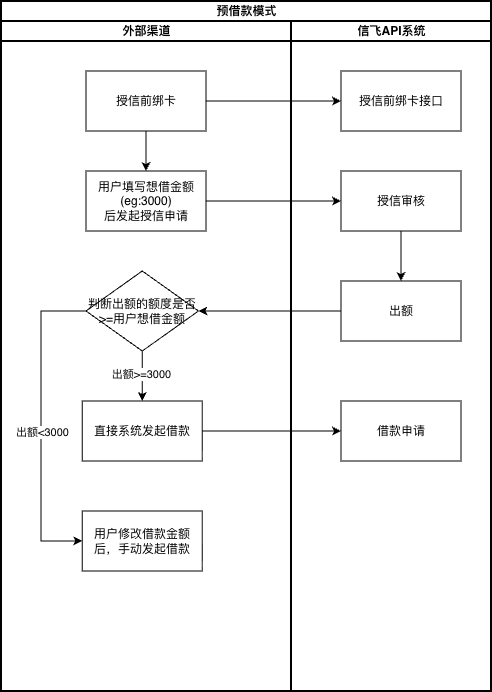
yuanlj-tea/picgo keeps this draw.io diagram as 预借款模式.png. Above is the earlier version. Source tidied: cells renumbered, new cells last; positions are measured from the earlier drawing's top-left corner, leaving out a move shared by most shapes.
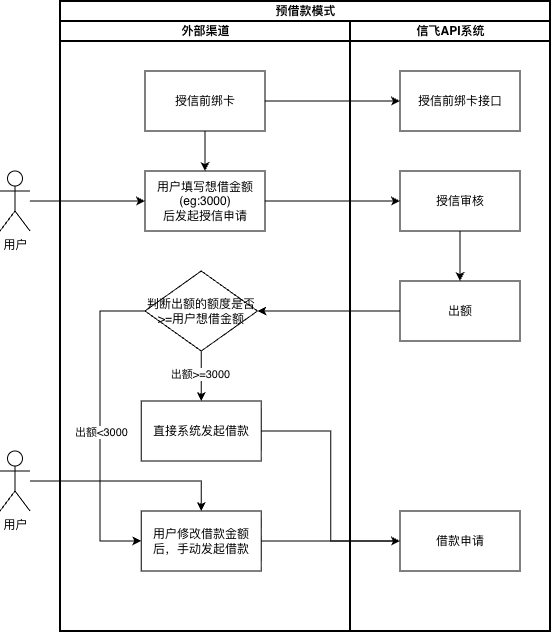
Later version of the same file.

Commit message:
更新预借款模式.png

What changed in the source:
```diff
@@ -3,10 +3,10 @@
     <mxCell id="0" />
     <mxCell id="1" parent="0" />
     <mxCell id="2" value="预借款模式" style="swimlane;startSize=20;html=1;strokeWidth=2;" parent="1" vertex="1">
-      <mxGeometry width="490" height="690" as="geometry" />
+      <mxGeometry width="490" height="630" as="geometry" />
     </mxCell>
     <mxCell id="3" value="外部渠道" style="swimlane;startSize=20;html=1;strokeWidth=2;" parent="2" vertex="1">
-      <mxGeometry y="20" width="290" height="670" as="geometry" />
+      <mxGeometry y="20" width="290" height="610" as="geometry" />
     </mxCell>
     <mxCell id="4" style="edgeStyle=orthogonalEdgeStyle;rounded=0;jettySize=auto;html=1;" parent="3" edge="1" source="5" target="6">
       <mxGeometry relative="1" as="geometry" />
@@ -40,11 +40,16 @@
     <mxCell id="12" value="直接系统发起借款" style="whiteSpace=wrap;html=1;" parent="3" vertex="1">
       <mxGeometry x="81.2" y="380" width="120" height="60" as="geometry" />
     </mxCell>
+    <mxCell id="24" style="edgeStyle=orthogonalEdgeStyle;rounded=0;jettySize=auto;html=1;" parent="3" edge="1" source="13">
+      <mxGeometry relative="1" as="geometry">
+        <mxPoint x="340" y="520" as="targetPoint" />
+      </mxGeometry>
+    </mxCell>
     <mxCell id="13" value="用户修改借款金额后，手动发起借款" style="whiteSpace=wrap;html=1;" parent="3" vertex="1">
       <mxGeometry x="81.2" y="490" width="120" height="60" as="geometry" />
     </mxCell>
     <mxCell id="14" value="信飞API系统" style="swimlane;startSize=20;html=1;strokeWidth=2;" parent="2" vertex="1">
-      <mxGeometry x="290" y="20" width="200" height="670" as="geometry" />
+      <mxGeometry x="290" y="20" width="200" height="610" as="geometry" />
     </mxCell>
     <mxCell id="15" value="授信前绑卡接口" style="rounded=0;whiteSpace=wrap;html=1;" parent="14" vertex="1">
       <mxGeometry x="50" y="50" width="120" height="60" as="geometry" />
@@ -59,7 +64,7 @@
       <mxGeometry x="50" y="260" width="120" height="60" as="geometry" />
     </mxCell>
     <mxCell id="19" value="借款申请" style="whiteSpace=wrap;html=1;" parent="14" vertex="1">
-      <mxGeometry x="50" y="380" width="120" height="60" as="geometry" />
+      <mxGeometry x="50" y="490" width="120" height="60" as="geometry" />
     </mxCell>
     <mxCell id="20" style="edgeStyle=orthogonalEdgeStyle;rounded=0;jettySize=auto;html=1;entryX=0;entryY=0.5;entryDx=0;entryDy=0;" parent="2" edge="1" source="5" target="15">
       <mxGeometry relative="1" as="geometry" />
@@ -73,5 +78,17 @@
     <mxCell id="23" style="edgeStyle=orthogonalEdgeStyle;rounded=0;jettySize=auto;html=1;entryX=0;entryY=0.5;entryDx=0;entryDy=0;" parent="2" edge="1" source="12" target="19">
       <mxGeometry relative="1" as="geometry" />
     </mxCell>
+    <mxCell id="25" style="edgeStyle=orthogonalEdgeStyle;rounded=0;jettySize=auto;html=1;entryX=0;entryY=0.5;entryDx=0;entryDy=0;" parent="1" edge="1" source="26" target="6">
+      <mxGeometry relative="1" as="geometry" />
+    </mxCell>
+    <mxCell id="26" value="用户" style="shape=umlActor;verticalLabelPosition=bottom;verticalAlign=top;html=1;outlineConnect=0;" parent="1" vertex="1">
+      <mxGeometry x="-60" y="170" width="30" height="60" as="geometry" />
+    </mxCell>
+    <mxCell id="27" style="edgeStyle=orthogonalEdgeStyle;rounded=0;jettySize=auto;html=1;entryX=0.5;entryY=0;entryDx=0;entryDy=0;" parent="1" edge="1" source="28" target="13">
+      <mxGeometry relative="1" as="geometry" />
+    </mxCell>
+    <mxCell id="28" value="用户" style="shape=umlActor;verticalLabelPosition=bottom;verticalAlign=top;html=1;outlineConnect=0;" parent="1" vertex="1">
+      <mxGeometry x="-60" y="450" width="30" height="60" as="geometry" />
+    </mxCell>
   </root>
 </mxGraphModel>
```
